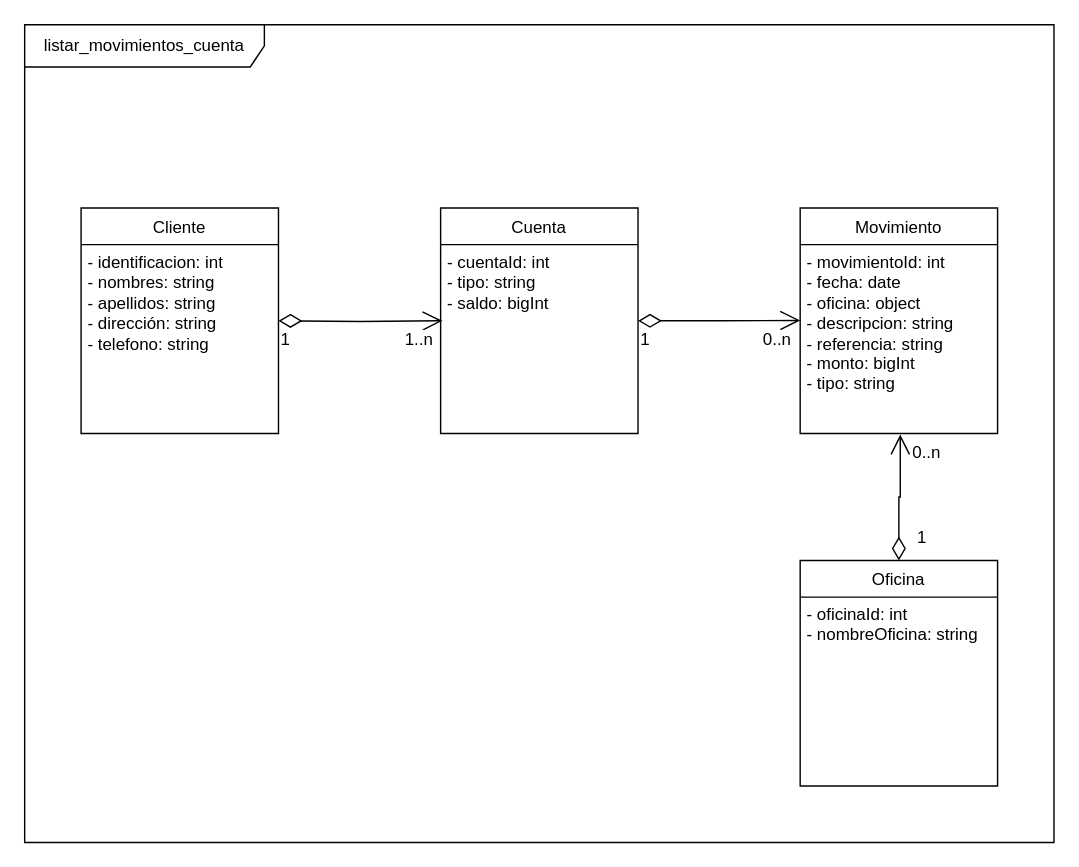
Earlier version of the draw.io diagram Untitled Diagram.drawio (joeburias/ddd_example). Source tidied: cells renumbered, new cells numbered last; positions are measured from the earlier drawing's top-left corner, leaving out a move shared by most shapes. Both pictures are drawn from the tidied source at 141%, with x=0, y=0 at pixel (24, 24).
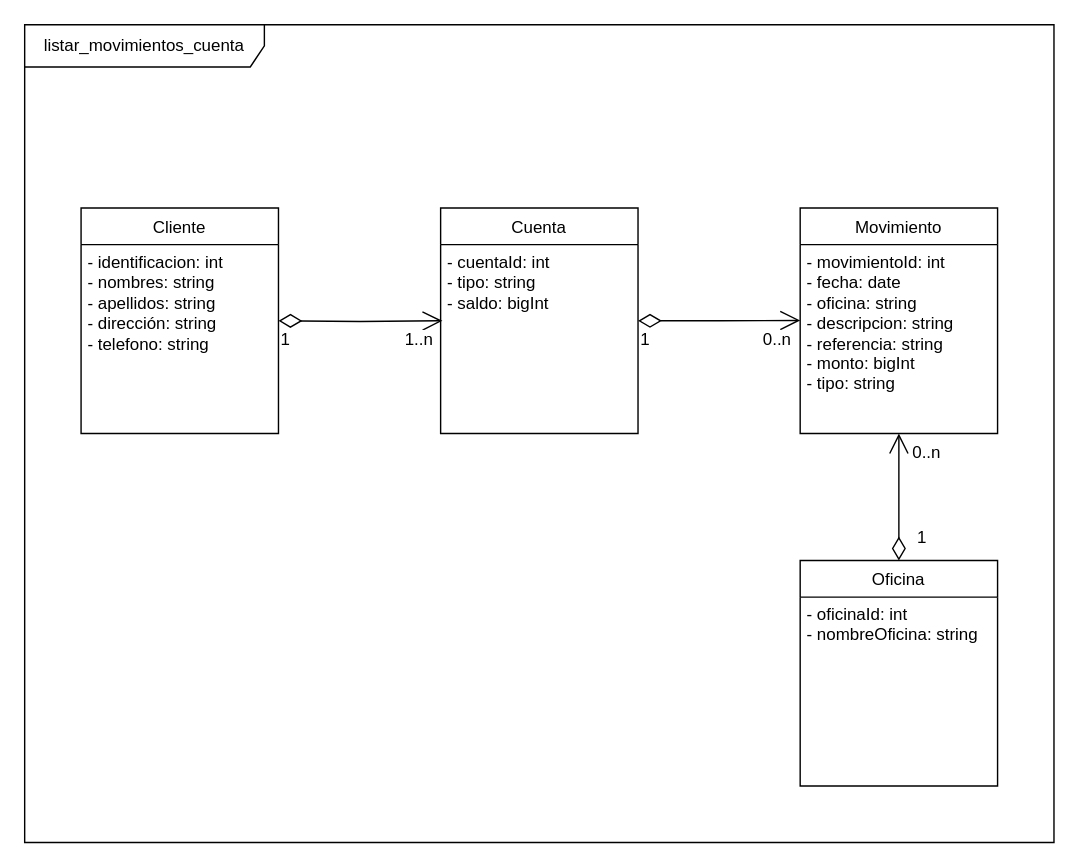
After the change.

Unchanged cells that the change refers to:
```xml
<mxCell id="3" value="Movimiento" style="swimlane;fontStyle=0;horizontal=1;startSize=26;fillColor=none;" parent="1" vertex="1">
  <mxGeometry x="550" y="130" width="140" height="160" as="geometry" />
</mxCell>
<mxCell id="15" value="Oficina" style="swimlane;fontStyle=0;horizontal=1;startSize=26;fillColor=none;" parent="1" vertex="1">
  <mxGeometry x="550" y="380" width="140" height="160" as="geometry" />
</mxCell>
```

The edit, as a diff of the source:
```diff
@@
-    <mxCell id="4" value="- movimientoId: int&lt;br&gt;- fecha: date&lt;br&gt;- oficina: object&lt;br&gt;- descripcion: string&lt;br&gt;- referencia: string&lt;br&gt;- monto: bigInt&lt;br&gt;- tipo: string" style="text;strokeColor=none;fillColor=none;align=left;verticalAlign=top;spacingLeft=4;spacingRight=4;overflow=hidden;points=[[0,0.5],[1,0.5]];portConstraint=eastwest;spacing=1;spacingBottom=10;html=1;" parent="3" vertex="1">
+    <mxCell id="4" value="- movimientoId: int&lt;br&gt;- fecha: date&lt;br&gt;- oficina: string&lt;br&gt;- descripcion: string&lt;br&gt;- referencia: string&lt;br&gt;- monto: bigInt&lt;br&gt;- tipo: string" style="text;strokeColor=none;fillColor=none;align=left;verticalAlign=top;spacingLeft=4;spacingRight=4;overflow=hidden;points=[[0,0.5],[1,0.5]];portConstraint=eastwest;spacing=1;spacingBottom=10;html=1;" parent="3" vertex="1">
       <mxGeometry y="26" width="140" height="134" as="geometry" />
     </mxCell>
@@
-    <mxCell id="17" style="endArrow=open;html=1;endSize=12;startArrow=diamondThin;startSize=14;startFill=0;edgeStyle=orthogonalEdgeStyle;rounded=0;fontFamily=Helvetica;fontSize=12;fontColor=default;exitX=0.5;exitY=0;exitDx=0;exitDy=0;entryX=0.507;entryY=1.005;entryDx=0;entryDy=0;entryPerimeter=0;" parent="1" edge="1" source="15" target="4">
-      <mxGeometry relative="1" as="geometry" />
+    <mxCell id="17" style="endArrow=open;html=1;endSize=12;startArrow=diamondThin;startSize=14;startFill=0;edgeStyle=orthogonalEdgeStyle;rounded=0;fontFamily=Helvetica;fontSize=12;fontColor=default;exitX=0.5;exitY=0;exitDx=0;exitDy=0;" parent="1" edge="1" source="15">
+      <mxGeometry relative="1" as="geometry">
+        <mxPoint x="620" y="290" as="targetPoint" />
+      </mxGeometry>
     </mxCell>
```
